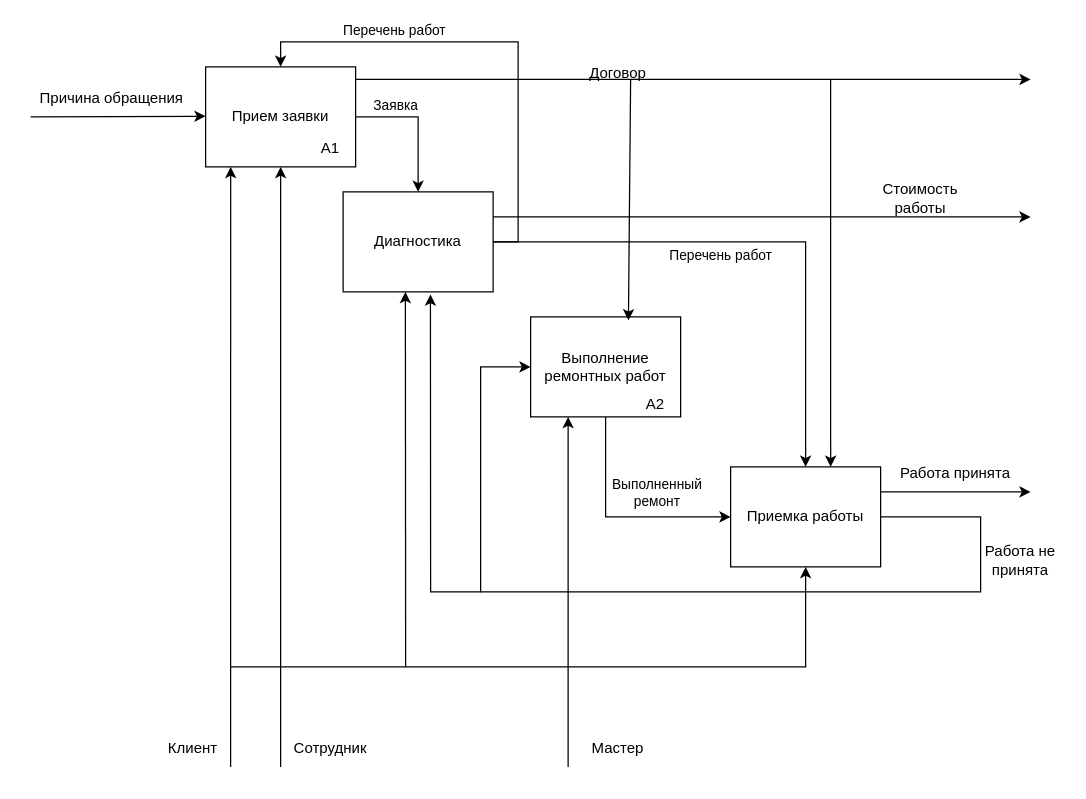
plkkz/ppo-3k-lb keeps this draw.io diagram as laba2.drawio. Above is the earlier version. Source tidied: cells renumbered, new cells numbered last; positions are measured from the earlier drawing's top-left corner, leaving out a move shared by most shapes. Both pictures are drawn from the tidied source at 125%, with x=0, y=0 at pixel (30, 29).
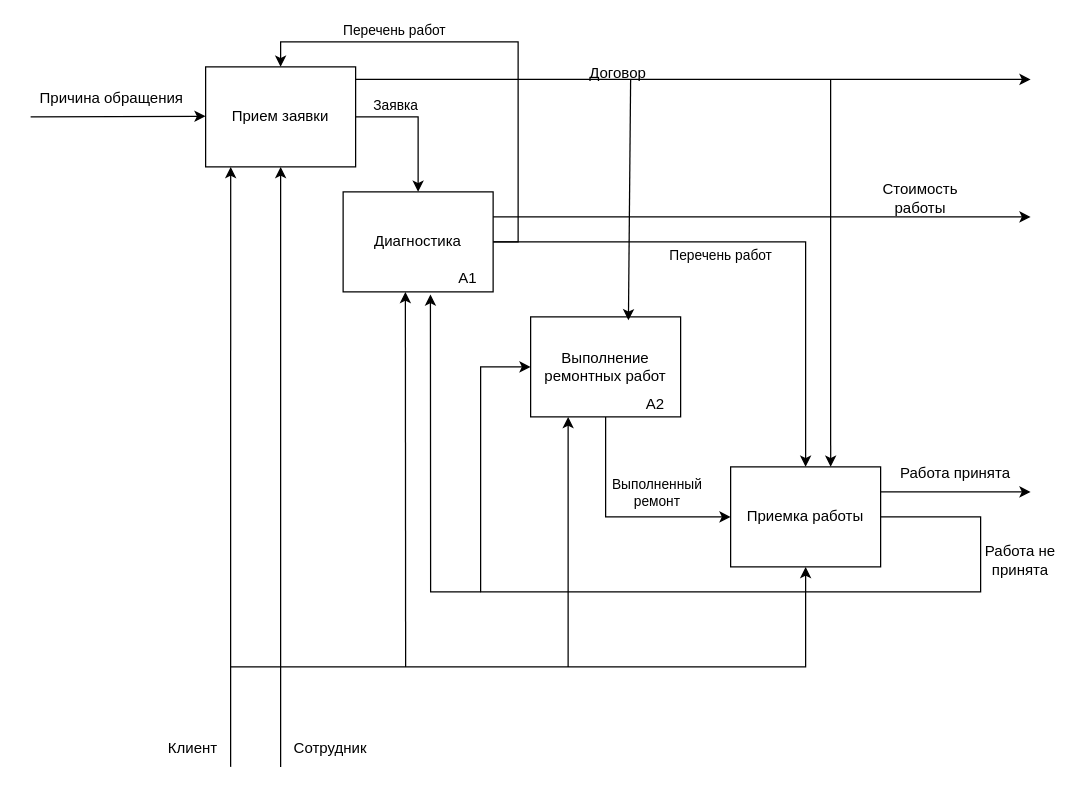
The same page after the edit.

Unchanged cells that the change refers to:
```xml
<mxCell id="10" value="Выполнение ремонтных работ" style="rounded=0;whiteSpace=wrap;html=1;" parent="1" vertex="1">
  <mxGeometry x="400" y="230" width="120" height="80" as="geometry" />
</mxCell>
```

What changed in the source:
```diff
@@
     <mxCell id="12" value="А1" style="text;html=1;strokeColor=none;fillColor=none;align=center;verticalAlign=middle;whiteSpace=wrap;rounded=0;" parent="1" vertex="1">
-      <mxGeometry x="210" y="80" width="60" height="30" as="geometry" />
+      <mxGeometry x="320" y="184" width="60" height="30" as="geometry" />
     </mxCell>
@@
-    <mxCell id="23" style="endArrow=classic;html=1;rounded=0;entryX=0.25;entryY=1;entryDx=0;entryDy=0;" parent="1" edge="1" target="10">
-      <mxGeometry relative="1" as="geometry">
-        <mxPoint x="430" y="590" as="sourcePoint" />
-      </mxGeometry>
-    </mxCell>
-    <mxCell id="24" value="Мастер" style="text;html=1;strokeColor=none;fillColor=none;align=center;verticalAlign=middle;whiteSpace=wrap;rounded=0;" parent="1" vertex="1">
-      <mxGeometry x="440" y="560" width="60" height="30" as="geometry" />
-    </mxCell>
@@
+    <mxCell id="37" style="endArrow=classic;html=1;rounded=0;entryX=0.415;entryY=1.055;entryDx=0;entryDy=0;entryPerimeter=0;" parent="1" edge="1">
+      <mxGeometry relative="1" as="geometry">
+        <mxPoint x="430" y="510" as="sourcePoint" />
+        <mxPoint x="430" y="310" as="targetPoint" />
+      </mxGeometry>
+    </mxCell>
```
